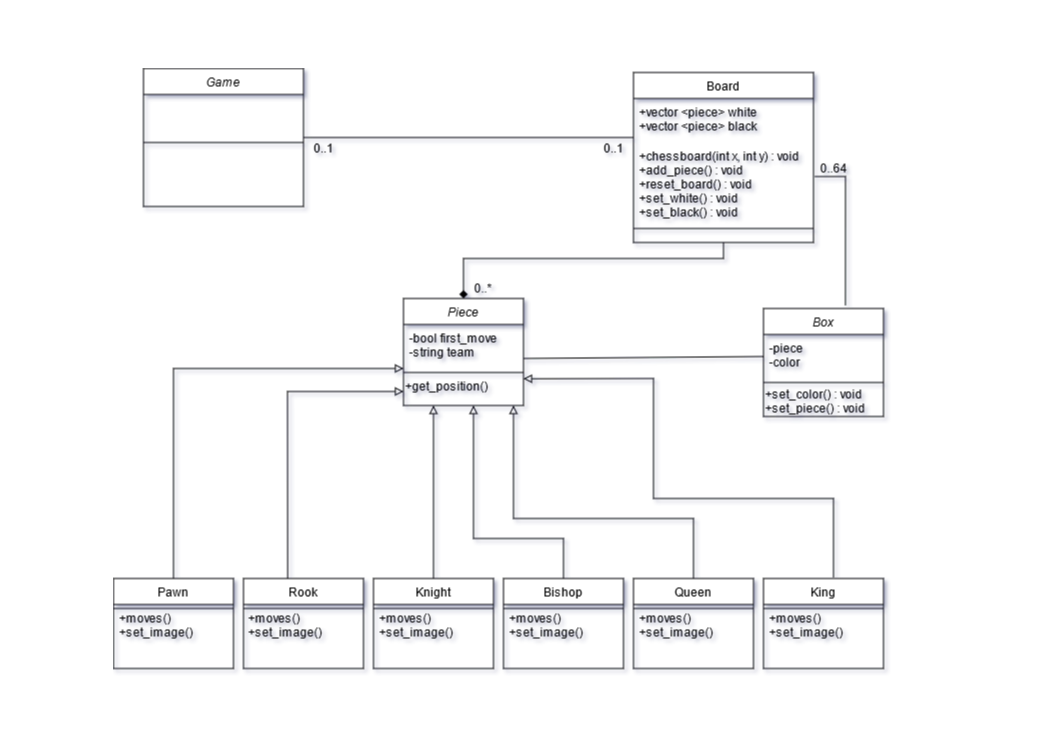
This is images/diagramme.png from Knackie/chess, a draw.io export, as it was before one commit. Source tidied: cells renumbered, new cells last; positions are measured from the earlier drawing's top-left corner, leaving out a move shared by most shapes.
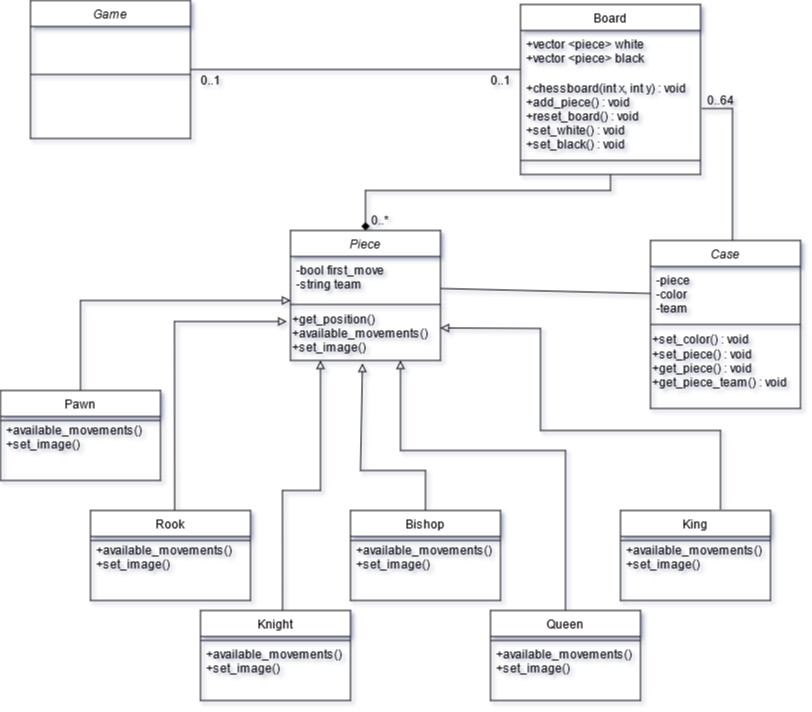
Above is the later version.

Change to the diagram source:
```diff
@@ -7,74 +7,74 @@
         <mxPoint x="520" y="69" as="sourcePoint" />
       </mxGeometry>
     </mxCell>
-    <mxCell id="3" value="+moves()&#10;+set_image()&#10;&#10;&#10;" style="text;align=left;verticalAlign=top;spacingLeft=4;spacingRight=4;overflow=hidden;" parent="1" vertex="1">
-      <mxGeometry y="536" width="120" height="44" as="geometry" />
+    <mxCell id="3" value="+available_movements()&#10;+set_image()&#10;&#10;&#10;" style="text;align=left;verticalAlign=top;spacingLeft=4;spacingRight=4;overflow=hidden;" parent="1" vertex="1">
+      <mxGeometry y="416" width="160" height="44" as="geometry" />
     </mxCell>
-    <mxCell id="4" value="+moves()&#10;+set_image()&#10;&#10;&#10;" style="text;align=left;verticalAlign=top;spacingLeft=4;spacingRight=4;overflow=hidden;" parent="1" vertex="1">
-      <mxGeometry x="129" y="536" width="120" height="44" as="geometry" />
+    <mxCell id="4" value="+available_movements()&#10;+set_image()&#10;&#10;&#10;" style="text;align=left;verticalAlign=top;spacingLeft=4;spacingRight=4;overflow=hidden;" parent="1" vertex="1">
+      <mxGeometry x="90" y="536" width="159" height="44" as="geometry" />
     </mxCell>
-    <mxCell id="5" value="+moves()&#10;+set_image()&#10;&#10;&#10;" style="text;align=left;verticalAlign=top;spacingLeft=4;spacingRight=4;overflow=hidden;" parent="1" vertex="1">
-      <mxGeometry x="260" y="536" width="120" height="44" as="geometry" />
+    <mxCell id="5" value="+available_movements()&#10;+set_image()&#10;&#10;&#10;" style="text;align=left;verticalAlign=top;spacingLeft=4;spacingRight=4;overflow=hidden;" parent="1" vertex="1">
+      <mxGeometry x="200" y="640" width="150" height="44" as="geometry" />
     </mxCell>
-    <mxCell id="6" value="+moves()&#10;+set_image()&#10;&#10;&#10;" style="text;align=left;verticalAlign=top;spacingLeft=4;spacingRight=4;overflow=hidden;" parent="1" vertex="1">
-      <mxGeometry x="390" y="536" width="120" height="44" as="geometry" />
+    <mxCell id="6" value="+available_movements()&#10;+set_image()&#10;&#10;&#10;" style="text;align=left;verticalAlign=top;spacingLeft=4;spacingRight=4;overflow=hidden;" parent="1" vertex="1">
+      <mxGeometry x="350" y="536" width="160" height="44" as="geometry" />
     </mxCell>
-    <mxCell id="7" value="+moves()&#10;+set_image()&#10;&#10;&#10;" style="text;align=left;verticalAlign=top;spacingLeft=4;spacingRight=4;overflow=hidden;" parent="1" vertex="1">
-      <mxGeometry x="520" y="536" width="120" height="44" as="geometry" />
+    <mxCell id="7" value="+available_movements()&#10;+set_image()&#10;&#10;&#10;" style="text;align=left;verticalAlign=top;spacingLeft=4;spacingRight=4;overflow=hidden;" parent="1" vertex="1">
+      <mxGeometry x="490" y="640" width="150" height="44" as="geometry" />
     </mxCell>
-    <mxCell id="8" value="+moves()&#10;+set_image()&#10;&#10;&#10;" style="text;align=left;verticalAlign=top;spacingLeft=4;spacingRight=4;overflow=hidden;" parent="1" vertex="1">
-      <mxGeometry x="650" y="536" width="120" height="44" as="geometry" />
+    <mxCell id="8" value="+available_movements()&#10;+set_image()&#10;&#10;&#10;" style="text;align=left;verticalAlign=top;spacingLeft=4;spacingRight=4;overflow=hidden;" parent="1" vertex="1">
+      <mxGeometry x="620" y="536" width="150" height="44" as="geometry" />
     </mxCell>
     <mxCell id="9" style="endArrow=none;html=1;rounded=0;startArrow=diamond;startFill=1;exitX=0.5;exitY=0;exitDx=0;exitDy=0;entryX=0.5;entryY=1;entryDx=0;entryDy=0;" parent="1" edge="1" source="38" target="19">
       <mxGeometry relative="1" as="geometry">
         <Array as="points">
-          <mxPoint x="350" y="190" />
+          <mxPoint x="365" y="190" />
           <mxPoint x="610" y="190" />
         </Array>
       </mxGeometry>
     </mxCell>
     <mxCell id="10" value="0..*" style="text;html=1;strokeColor=none;fillColor=none;align=center;verticalAlign=middle;whiteSpace=wrap;rounded=0;" parent="1" vertex="1">
-      <mxGeometry x="340" y="210" width="60" height="20" as="geometry" />
+      <mxGeometry x="350" y="210" width="60" height="20" as="geometry" />
     </mxCell>
     <mxCell id="11" style="endArrow=block;html=1;exitX=0.5;exitY=0;exitDx=0;exitDy=0;rounded=0;endFill=0;" parent="1" edge="1" source="31">
       <mxGeometry relative="1" as="geometry">
         <mxPoint x="290" y="300" as="targetPoint" />
         <Array as="points">
-          <mxPoint x="60" y="490" />
-          <mxPoint x="60" y="300" />
+          <mxPoint x="80" y="300" />
         </Array>
       </mxGeometry>
     </mxCell>
-    <mxCell id="12" style="endArrow=block;html=1;exitX=0.368;exitY=0;exitDx=0;exitDy=0;rounded=0;exitPerimeter=0;endFill=0;entryX=0;entryY=0.75;entryDx=0;entryDy=0;entryPerimeter=0;" parent="1" edge="1" target="41">
+    <mxCell id="12" style="endArrow=block;html=1;exitX=0.368;exitY=0;exitDx=0;exitDy=0;rounded=0;exitPerimeter=0;endFill=0;entryX=-0.025;entryY=0.26;entryDx=0;entryDy=0;entryPerimeter=0;" parent="1" edge="1" target="41">
       <mxGeometry relative="1" as="geometry">
         <mxPoint x="174.2" y="510" as="sourcePoint" />
         <Array as="points">
-          <mxPoint x="174" y="323" />
+          <mxPoint x="174" y="321" />
         </Array>
       </mxGeometry>
     </mxCell>
-    <mxCell id="13" style="endArrow=block;html=1;exitX=0.5;exitY=0;exitDx=0;exitDy=0;rounded=0;endFill=0;entryX=0.25;entryY=1;entryDx=0;entryDy=0;" parent="1" edge="1" target="38">
+    <mxCell id="13" style="endArrow=block;html=1;exitX=0.547;exitY=0.022;exitDx=0;exitDy=0;rounded=0;endFill=0;exitPerimeter=0;" parent="1" edge="1" source="27">
       <mxGeometry relative="1" as="geometry">
-        <mxPoint x="320" y="510" as="sourcePoint" />
+        <mxPoint x="320" y="360" as="targetPoint" />
         <Array as="points">
+          <mxPoint x="282" y="490" />
           <mxPoint x="320" y="490" />
         </Array>
       </mxGeometry>
     </mxCell>
     <mxCell id="14" style="endArrow=block;html=1;rounded=0;exitX=0.5;exitY=0;exitDx=0;exitDy=0;endFill=0;" parent="1" edge="1" source="25">
       <mxGeometry relative="1" as="geometry">
-        <mxPoint x="360" y="337" as="targetPoint" />
+        <mxPoint x="362" y="363" as="targetPoint" />
         <Array as="points">
-          <mxPoint x="450" y="470" />
+          <mxPoint x="425" y="470" />
           <mxPoint x="360" y="470" />
         </Array>
       </mxGeometry>
     </mxCell>
     <mxCell id="15" style="endArrow=block;html=1;rounded=0;exitX=0.5;exitY=0;exitDx=0;exitDy=0;endFill=0;" parent="1" edge="1" source="23">
       <mxGeometry relative="1" as="geometry">
-        <mxPoint x="400" y="337" as="targetPoint" />
+        <mxPoint x="400" y="360" as="targetPoint" />
         <Array as="points">
-          <mxPoint x="580" y="450" />
+          <mxPoint x="565" y="450" />
           <mxPoint x="400" y="450" />
         </Array>
       </mxGeometry>
@@ -85,7 +85,7 @@
         <Array as="points">
           <mxPoint x="720" y="430" />
           <mxPoint x="540" y="430" />
-          <mxPoint x="540" y="310" />
+          <mxPoint x="540" y="328" />
         </Array>
       </mxGeometry>
     </mxCell>
@@ -107,41 +107,23 @@
     <mxCell id="22" style="line;html=1;strokeWidth=1;align=left;verticalAlign=middle;spacingTop=-1;spacingLeft=3;spacingRight=3;labelPosition=right;" parent="19" vertex="1">
       <mxGeometry y="152" width="180" height="8" as="geometry" />
     </mxCell>
-    <mxCell id="23" value="Queen" style="swimlane;fontStyle=0;align=center;verticalAlign=top;horizontal=1;startSize=26;rounded=0;shadow=0;strokeWidth=1;" parent="1" vertex="1">
-      <mxGeometry x="520" y="510" width="120" height="90" as="geometry" />
-    </mxCell>
-    <mxCell id="24" style="line;html=1;strokeWidth=1;align=left;verticalAlign=middle;spacingTop=-1;spacingLeft=3;spacingRight=3;labelPosition=right;" parent="23" vertex="1">
-      <mxGeometry y="26" width="120" height="8" as="geometry" />
-    </mxCell>
     <mxCell id="25" value="Bishop" style="swimlane;fontStyle=0;align=center;verticalAlign=top;horizontal=1;startSize=26;rounded=0;shadow=0;strokeWidth=1;" parent="1" vertex="1">
-      <mxGeometry x="390" y="510" width="120" height="90" as="geometry" />
+      <mxGeometry x="350" y="510" width="150" height="90" as="geometry" />
     </mxCell>
     <mxCell id="26" style="line;html=1;strokeWidth=1;align=left;verticalAlign=middle;spacingTop=-1;spacingLeft=3;spacingRight=3;labelPosition=right;" parent="25" vertex="1">
-      <mxGeometry y="26" width="120" height="8" as="geometry" />
+      <mxGeometry y="26" width="150" height="8" as="geometry" />
     </mxCell>
-    <mxCell id="27" value="Knight" style="swimlane;fontStyle=0;align=center;verticalAlign=top;horizontal=1;startSize=26;rounded=0;shadow=0;strokeWidth=1;" parent="1" vertex="1">
-      <mxGeometry x="260" y="510" width="120" height="90" as="geometry" />
-    </mxCell>
-    <mxCell id="28" style="line;html=1;strokeWidth=1;align=left;verticalAlign=middle;spacingTop=-1;spacingLeft=3;spacingRight=3;labelPosition=right;" parent="27" vertex="1">
-      <mxGeometry y="26" width="120" height="8" as="geometry" />
-    </mxCell>
     <mxCell id="29" value="Rook" style="swimlane;fontStyle=0;align=center;verticalAlign=top;horizontal=1;startSize=26;rounded=0;shadow=0;strokeWidth=1;" parent="1" vertex="1">
-      <mxGeometry x="130" y="510" width="120" height="90" as="geometry" />
+      <mxGeometry x="90" y="510" width="160" height="90" as="geometry" />
     </mxCell>
     <mxCell id="30" style="line;html=1;strokeWidth=1;align=left;verticalAlign=middle;spacingTop=-1;spacingLeft=3;spacingRight=3;labelPosition=right;" parent="29" vertex="1">
-      <mxGeometry y="26" width="120" height="8" as="geometry" />
+      <mxGeometry y="26" width="160" height="8" as="geometry" />
     </mxCell>
-    <mxCell id="31" value="Pawn" style="swimlane;fontStyle=0;align=center;verticalAlign=top;horizontal=1;startSize=26;rounded=0;shadow=0;strokeWidth=1;" parent="1" vertex="1">
-      <mxGeometry y="510" width="120" height="90" as="geometry" />
-    </mxCell>
-    <mxCell id="32" style="line;html=1;strokeWidth=1;align=left;verticalAlign=middle;spacingTop=-1;spacingLeft=3;spacingRight=3;labelPosition=right;" parent="31" vertex="1">
-      <mxGeometry y="26" width="120" height="8" as="geometry" />
-    </mxCell>
     <mxCell id="33" value="King" style="swimlane;fontStyle=0;align=center;verticalAlign=top;horizontal=1;startSize=26;rounded=0;shadow=0;strokeWidth=1;" parent="1" vertex="1">
-      <mxGeometry x="650" y="510" width="120" height="90" as="geometry" />
+      <mxGeometry x="620" y="510" width="150" height="90" as="geometry" />
     </mxCell>
     <mxCell id="34" style="line;html=1;strokeWidth=1;align=left;verticalAlign=middle;spacingTop=-1;spacingLeft=3;spacingRight=3;labelPosition=right;" parent="33" vertex="1">
-      <mxGeometry y="26" width="120" height="8" as="geometry" />
+      <mxGeometry y="26" width="150" height="8" as="geometry" />
     </mxCell>
     <mxCell id="35" value="Game" style="swimlane;fontStyle=2;align=center;verticalAlign=top;horizontal=1;startSize=26;rounded=0;shadow=0;strokeWidth=1;" parent="1" vertex="1">
       <mxGeometry x="30" width="160" height="138" as="geometry" />
@@ -153,36 +135,37 @@
       <mxGeometry y="70" width="160" height="8" as="geometry" />
     </mxCell>
     <mxCell id="38" value="Piece" style="swimlane;fontStyle=2;align=center;verticalAlign=top;horizontal=1;startSize=26;rounded=0;shadow=0;strokeWidth=1;" parent="1" vertex="1">
-      <mxGeometry x="290" y="230" width="120" height="107" as="geometry" />
+      <mxGeometry x="290" y="230" width="150" height="130" as="geometry" />
     </mxCell>
     <mxCell id="39" value="-bool first_move&#10;-string team&#10;" style="text;align=left;verticalAlign=top;spacingLeft=4;spacingRight=4;overflow=hidden;rounded=0;shadow=0;html=0;" parent="38" vertex="1">
-      <mxGeometry y="26" width="120" height="44" as="geometry" />
+      <mxGeometry y="26" width="150" height="44" as="geometry" />
     </mxCell>
     <mxCell id="40" style="line;html=1;strokeWidth=1;align=left;verticalAlign=middle;spacingTop=-1;spacingLeft=3;spacingRight=3;labelPosition=right;" parent="38" vertex="1">
-      <mxGeometry y="70" width="120" height="8" as="geometry" />
+      <mxGeometry y="70" width="150" height="8" as="geometry" />
     </mxCell>
-    <mxCell id="41" value="+get_position() " style="text;html=1;align=left;verticalAlign=middle;points=[];" parent="38" vertex="1">
-      <mxGeometry y="78" width="120" height="20" as="geometry" />
+    <mxCell id="41" value="&lt;div&gt;+get_position()&lt;/div&gt;&lt;div&gt;+available_movements()&lt;/div&gt;&lt;div&gt;+set_image()&lt;br&gt;&lt;/div&gt;" style="text;html=1;align=left;verticalAlign=middle;points=[];" parent="38" vertex="1">
+      <mxGeometry y="78" width="150" height="50" as="geometry" />
     </mxCell>
-    <mxCell id="42" value="Box" style="swimlane;fontStyle=2;align=center;verticalAlign=top;horizontal=1;startSize=26;rounded=0;shadow=0;strokeWidth=1;" parent="1" vertex="1">
-      <mxGeometry x="650" y="240" width="120" height="108" as="geometry" />
+    <mxCell id="42" value="Case" style="swimlane;fontStyle=2;align=center;verticalAlign=top;horizontal=1;startSize=26;rounded=0;shadow=0;strokeWidth=1;" parent="1" vertex="1">
+      <mxGeometry x="650" y="240" width="150" height="168" as="geometry" />
     </mxCell>
-    <mxCell id="43" value="-piece&#10;-color&#10;" style="text;align=left;verticalAlign=top;spacingLeft=4;spacingRight=4;overflow=hidden;points=[[0,0.5],[1,0.5]];portConstraint=eastwest;rounded=0;shadow=0;html=0;" parent="42" vertex="1">
-      <mxGeometry y="26" width="120" height="44" as="geometry" />
+    <mxCell id="43" value="-piece&#10;-color&#10;-team" style="text;align=left;verticalAlign=top;spacingLeft=4;spacingRight=4;overflow=hidden;points=[[0,0.5],[1,0.5]];portConstraint=eastwest;rounded=0;shadow=0;html=0;" parent="42" vertex="1">
+      <mxGeometry y="26" width="150" height="54" as="geometry" />
     </mxCell>
     <mxCell id="44" style="line;html=1;strokeWidth=1;align=left;verticalAlign=middle;spacingTop=-1;spacingLeft=3;spacingRight=3;labelPosition=right;" parent="42" vertex="1">
-      <mxGeometry y="70" width="120" height="8" as="geometry" />
+      <mxGeometry y="80" width="150" height="8" as="geometry" />
     </mxCell>
-    <mxCell id="45" value="&lt;div&gt;+set_color() : void&lt;/div&gt;&lt;div&gt;+set_piece() : void&lt;br&gt;&lt;/div&gt;" style="text;html=1;align=left;verticalAlign=middle;" parent="42" vertex="1">
-      <mxGeometry y="78" width="120" height="30" as="geometry" />
+    <mxCell id="45" value="&lt;div&gt;+set_color() : void&lt;/div&gt;&lt;div&gt;+set_piece() : void&lt;/div&gt;&lt;div&gt;+get_piece() : void&lt;/div&gt;&lt;div&gt;+get_piece_team() : void&lt;/div&gt;&lt;div&gt;&lt;br&gt;&lt;/div&gt;" style="text;html=1;align=left;verticalAlign=middle;" parent="42" vertex="1">
+      <mxGeometry y="88" width="150" height="80" as="geometry" />
     </mxCell>
     <mxCell id="46" style="endArrow=none;html=1;entryX=0;entryY=0.5;entryDx=0;entryDy=0;" parent="1" edge="1" target="43">
       <mxGeometry relative="1" as="geometry">
-        <mxPoint x="410" y="290" as="sourcePoint" />
+        <mxPoint x="440" y="288" as="sourcePoint" />
       </mxGeometry>
     </mxCell>
-    <mxCell id="47" style="endArrow=none;html=1;entryX=0.683;entryY=-0.028;entryDx=0;entryDy=0;exitX=1.006;exitY=0.415;exitDx=0;exitDy=0;exitPerimeter=0;entryPerimeter=0;rounded=0;" parent="1" edge="1" source="21" target="42">
+    <mxCell id="47" style="endArrow=none;html=1;exitX=1.006;exitY=0.415;exitDx=0;exitDy=0;exitPerimeter=0;rounded=0;" parent="1" edge="1" source="21">
       <mxGeometry relative="1" as="geometry">
+        <mxPoint x="732" y="240" as="targetPoint" />
         <Array as="points">
           <mxPoint x="732" y="108" />
         </Array>
@@ -191,5 +174,23 @@
     <mxCell id="48" value="0..64" style="text;html=1;align=center;verticalAlign=middle;" parent="1" vertex="1">
       <mxGeometry x="700" y="90" width="40" height="20" as="geometry" />
     </mxCell>
+    <mxCell id="31" value="Pawn" style="swimlane;fontStyle=0;align=center;verticalAlign=top;horizontal=1;startSize=26;rounded=0;shadow=0;strokeWidth=1;" parent="1" vertex="1">
+      <mxGeometry y="390" width="160" height="90" as="geometry" />
+    </mxCell>
+    <mxCell id="32" style="line;html=1;strokeWidth=1;align=left;verticalAlign=middle;spacingTop=-1;spacingLeft=3;spacingRight=3;labelPosition=right;" parent="31" vertex="1">
+      <mxGeometry y="26" width="160" height="8" as="geometry" />
+    </mxCell>
+    <mxCell id="27" value="Knight" style="swimlane;fontStyle=0;align=center;verticalAlign=top;horizontal=1;startSize=26;rounded=0;shadow=0;strokeWidth=1;" parent="1" vertex="1">
+      <mxGeometry x="200" y="610" width="150" height="90" as="geometry" />
+    </mxCell>
+    <mxCell id="28" style="line;html=1;strokeWidth=1;align=left;verticalAlign=middle;spacingTop=-1;spacingLeft=3;spacingRight=3;labelPosition=right;" parent="27" vertex="1">
+      <mxGeometry y="26" width="150" height="8" as="geometry" />
+    </mxCell>
+    <mxCell id="23" value="Queen" style="swimlane;fontStyle=0;align=center;verticalAlign=top;horizontal=1;startSize=26;rounded=0;shadow=0;strokeWidth=1;" parent="1" vertex="1">
+      <mxGeometry x="490" y="610" width="150" height="90" as="geometry" />
+    </mxCell>
+    <mxCell id="24" style="line;html=1;strokeWidth=1;align=left;verticalAlign=middle;spacingTop=-1;spacingLeft=3;spacingRight=3;labelPosition=right;" parent="23" vertex="1">
+      <mxGeometry y="26" width="150" height="8" as="geometry" />
+    </mxCell>
   </root>
 </mxGraphModel>
```
